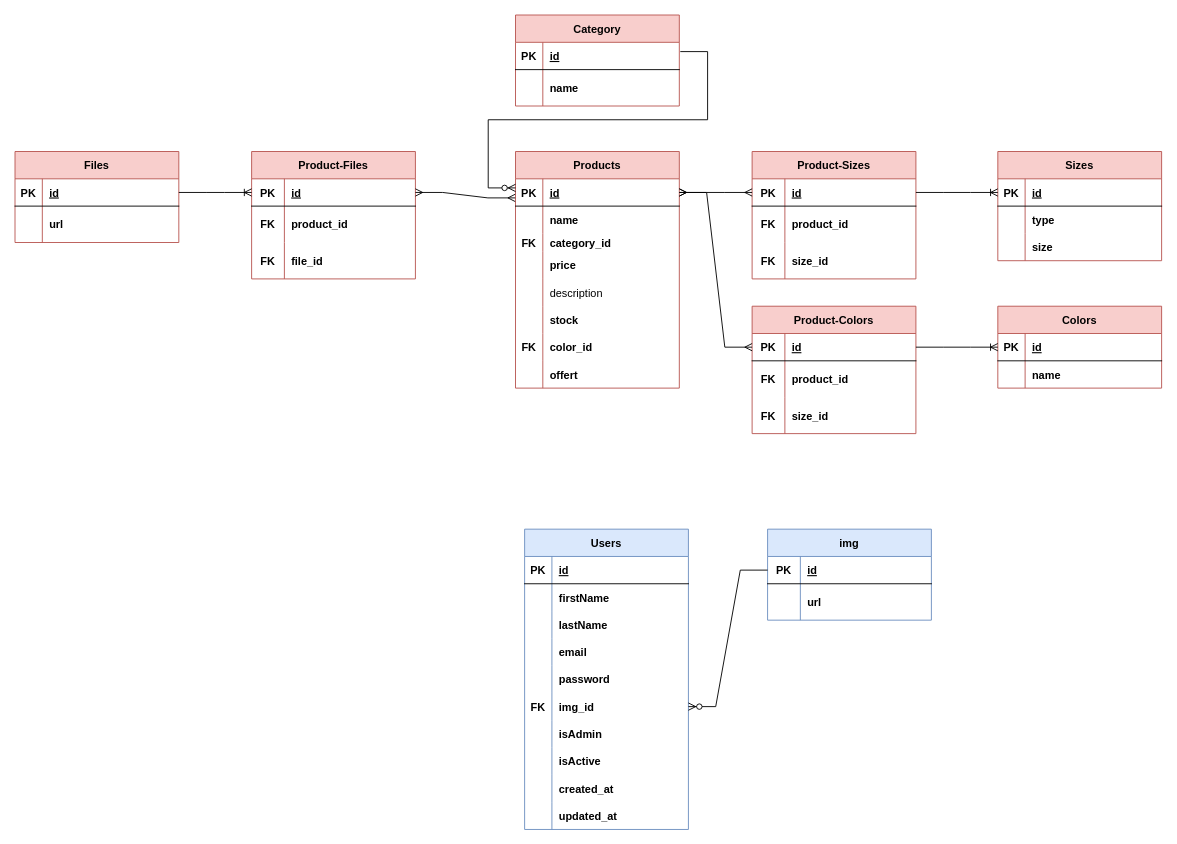
manuel-25/Lexaeus keeps this draw.io diagram as public/Lexaeus-database.drawio. Above is the earlier version. Source tidied: cells renumbered, new cells numbered last; positions are measured from the earlier drawing's top-left corner, leaving out a move shared by most shapes. Both pictures are drawn from the tidied source at 91%, with x=0, y=0 at pixel (15, 15).
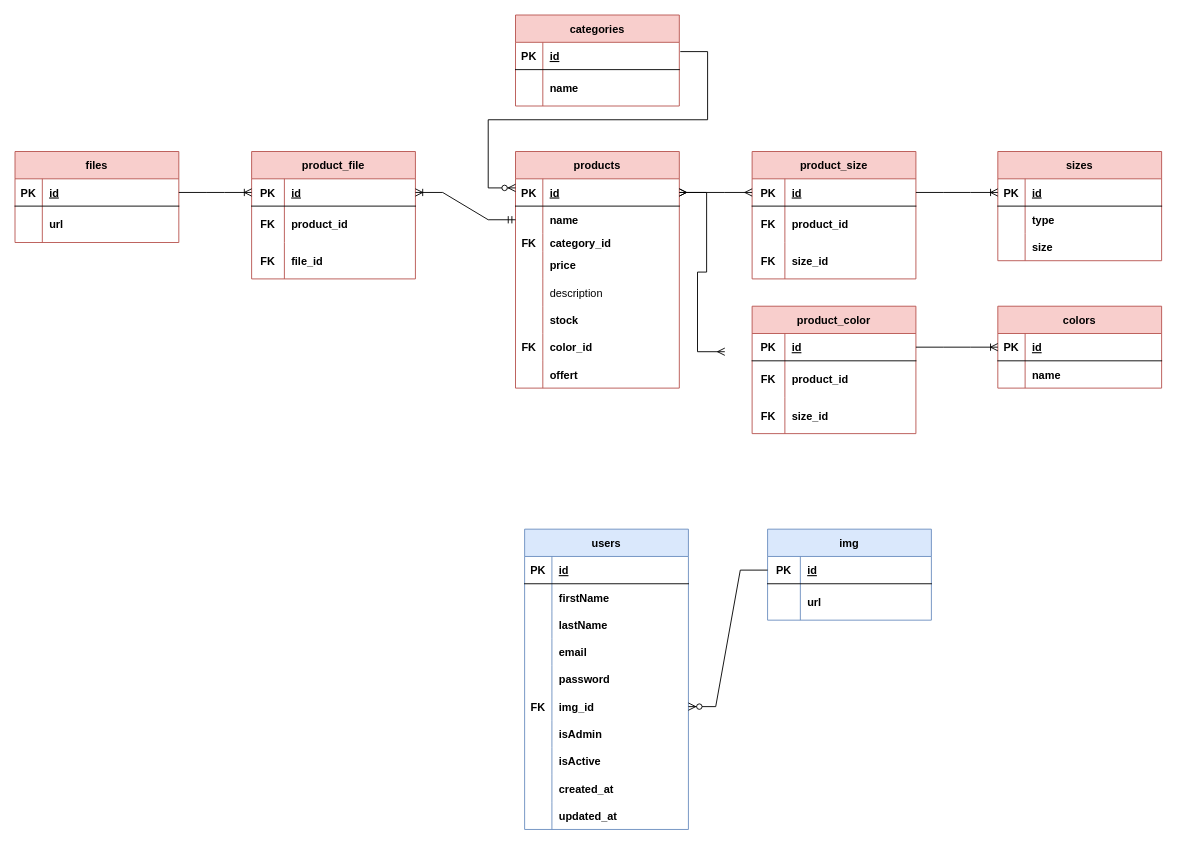
After the change.

Unchanged cells that the change refers to:
```xml
<mxCell id="3" style="shape=tableRow;horizontal=0;startSize=0;swimlaneHead=0;swimlaneBody=0;fillColor=none;points=[[0,0.5],[1,0.5]];portConstraint=eastwest;top=0;left=0;right=0;bottom=1;" parent="2" vertex="1">
  <mxGeometry y="30" width="180" height="30" as="geometry" />
</mxCell>
<mxCell id="6" style="shape=tableRow;horizontal=0;startSize=0;swimlaneHead=0;swimlaneBody=0;fillColor=none;points=[[0,0.5],[1,0.5]];portConstraint=eastwest;top=0;left=0;right=0;bottom=0;" parent="2" vertex="1">
  <mxGeometry y="60" width="180" height="30" as="geometry" />
</mxCell>
<mxCell id="73" style="shape=tableRow;horizontal=0;startSize=0;swimlaneHead=0;swimlaneBody=0;fillColor=none;points=[[0,0.5],[1,0.5]];portConstraint=eastwest;top=0;left=0;right=0;bottom=1;labelBorderColor=default;" parent="72" vertex="1">
  <mxGeometry y="30" width="180" height="30" as="geometry" />
</mxCell>
<mxCell id="114" style="shape=tableRow;horizontal=0;startSize=0;swimlaneHead=0;swimlaneBody=0;fillColor=none;points=[[0,0.5],[1,0.5]];portConstraint=eastwest;top=0;left=0;right=0;bottom=1;labelBorderColor=default;" parent="113" vertex="1">
  <mxGeometry y="30" width="180" height="30" as="geometry" />
</mxCell>
```

Change to the diagram source:
```diff
@@
-    <mxCell id="2" value="Products" style="shape=table;startSize=30;childLayout=tableLayout;rowLines=0;fontStyle=1;align=center;labelBackgroundColor=none;labelBorderColor=none;fillColor=#f8cecc;strokeColor=#b85450;" parent="1" vertex="1">
+    <mxCell id="2" value="products" style="shape=table;startSize=30;childLayout=tableLayout;rowLines=0;fontStyle=1;align=center;labelBackgroundColor=none;labelBorderColor=none;fillColor=#f8cecc;strokeColor=#b85450;" parent="1" vertex="1">
       <mxGeometry x="550" y="150" width="180" height="260" as="geometry" />
     </mxCell>
@@
-    <mxCell id="27" value="Users" style="shape=table;startSize=30;childLayout=tableLayout;rowLines=0;fontStyle=1;align=center;fillColor=#dae8fc;strokeColor=#6c8ebf;" parent="1" vertex="1">
+    <mxCell id="27" value="users" style="shape=table;startSize=30;childLayout=tableLayout;rowLines=0;fontStyle=1;align=center;fillColor=#dae8fc;strokeColor=#6c8ebf;" parent="1" vertex="1">
       <mxGeometry x="560" y="565" width="180" height="330" as="geometry" />
     </mxCell>
@@
-    <mxCell id="58" value="Files" style="shape=table;startSize=30;childLayout=tableLayout;rowLines=0;fontStyle=1;align=center;labelBorderColor=none;verticalAlign=middle;fillColor=#f8cecc;strokeColor=#b85450;" parent="1" vertex="1">
+    <mxCell id="58" value="files" style="shape=table;startSize=30;childLayout=tableLayout;rowLines=0;fontStyle=1;align=center;labelBorderColor=none;verticalAlign=middle;fillColor=#f8cecc;strokeColor=#b85450;" parent="1" vertex="1">
       <mxGeometry y="150" width="180" height="100" as="geometry" />
     </mxCell>
@@
-    <mxCell id="65" value="Category" style="shape=table;startSize=30;childLayout=tableLayout;rowLines=0;fontStyle=1;align=center;labelBorderColor=none;verticalAlign=middle;fillColor=#f8cecc;strokeColor=#b85450;" parent="1" vertex="1">
+    <mxCell id="65" value="categories" style="shape=table;startSize=30;childLayout=tableLayout;rowLines=0;fontStyle=1;align=center;labelBorderColor=none;verticalAlign=middle;fillColor=#f8cecc;strokeColor=#b85450;" parent="1" vertex="1">
       <mxGeometry x="550" width="180" height="100" as="geometry" />
     </mxCell>
@@
-    <mxCell id="72" value="Product-Files" style="shape=table;startSize=30;childLayout=tableLayout;rowLines=0;fontStyle=1;align=center;labelBorderColor=none;verticalAlign=middle;fillColor=#f8cecc;strokeColor=#b85450;" parent="1" vertex="1">
+    <mxCell id="72" value="product_file" style="shape=table;startSize=30;childLayout=tableLayout;rowLines=0;fontStyle=1;align=center;labelBorderColor=none;verticalAlign=middle;fillColor=#f8cecc;strokeColor=#b85450;" parent="1" vertex="1">
       <mxGeometry x="260" y="150" width="180" height="140" as="geometry" />
     </mxCell>
@@
-    <mxCell id="82" value="Sizes" style="shape=table;startSize=30;childLayout=tableLayout;rowLines=0;fontStyle=1;align=center;labelBorderColor=none;fillColor=#f8cecc;strokeColor=#b85450;" parent="1" vertex="1">
+    <mxCell id="82" value="sizes" style="shape=table;startSize=30;childLayout=tableLayout;rowLines=0;fontStyle=1;align=center;labelBorderColor=none;fillColor=#f8cecc;strokeColor=#b85450;" parent="1" vertex="1">
       <mxGeometry x="1080" y="150" width="180" height="120" as="geometry" />
     </mxCell>
@@
-    <mxCell id="92" value="Product-Sizes" style="shape=table;startSize=30;childLayout=tableLayout;rowLines=0;fontStyle=1;align=center;labelBorderColor=none;verticalAlign=middle;fillColor=#f8cecc;strokeColor=#b85450;" parent="1" vertex="1">
+    <mxCell id="92" value="product_size" style="shape=table;startSize=30;childLayout=tableLayout;rowLines=0;fontStyle=1;align=center;labelBorderColor=none;verticalAlign=middle;fillColor=#f8cecc;strokeColor=#b85450;" parent="1" vertex="1">
       <mxGeometry x="810" y="150" width="180" height="140" as="geometry" />
     </mxCell>
@@
-    <mxCell id="104" style="edgeStyle=entityRelationEdgeStyle;fontSize=12;html=1;endArrow=ERmany;startArrow=ERmany;rounded=0;exitX=1;exitY=0.5;exitDx=0;exitDy=0;entryX=-0.002;entryY=0.699;entryDx=0;entryDy=0;entryPerimeter=0;" parent="1" edge="1" source="73" target="3">
-      <mxGeometry relative="1" as="geometry" />
-    </mxCell>
@@
-    <mxCell id="113" value="Product-Colors" style="shape=table;startSize=30;childLayout=tableLayout;rowLines=0;fontStyle=1;align=center;labelBorderColor=none;verticalAlign=middle;fillColor=#f8cecc;strokeColor=#b85450;" parent="1" vertex="1">
+    <mxCell id="113" value="product_color" style="shape=table;startSize=30;childLayout=tableLayout;rowLines=0;fontStyle=1;align=center;labelBorderColor=none;verticalAlign=middle;fillColor=#f8cecc;strokeColor=#b85450;" parent="1" vertex="1">
       <mxGeometry x="810" y="320" width="180" height="140" as="geometry" />
     </mxCell>
@@
-    <mxCell id="123" value="Colors" style="shape=table;startSize=30;childLayout=tableLayout;rowLines=0;fontStyle=1;align=center;labelBorderColor=none;fillColor=#f8cecc;strokeColor=#b85450;" parent="1" vertex="1">
+    <mxCell id="123" value="colors" style="shape=table;startSize=30;childLayout=tableLayout;rowLines=0;fontStyle=1;align=center;labelBorderColor=none;fillColor=#f8cecc;strokeColor=#b85450;" parent="1" vertex="1">
       <mxGeometry x="1080" y="320" width="180" height="90" as="geometry" />
     </mxCell>
@@
-    <mxCell id="130" style="edgeStyle=entityRelationEdgeStyle;fontSize=12;html=1;endArrow=ERmany;startArrow=ERmany;rounded=0;entryX=0;entryY=0.5;entryDx=0;entryDy=0;exitX=1;exitY=0.5;exitDx=0;exitDy=0;" parent="1" edge="1" source="3" target="114">
-      <mxGeometry relative="1" as="geometry" />
+    <mxCell id="130" style="edgeStyle=entityRelationEdgeStyle;fontSize=12;html=1;endArrow=ERmany;startArrow=ERmany;rounded=0;exitX=1;exitY=0.5;exitDx=0;exitDy=0;" parent="1" edge="1" source="3">
+      <mxGeometry relative="1" as="geometry">
+        <mxPoint x="780" y="370" as="targetPoint" />
+      </mxGeometry>
     </mxCell>
@@
+    <mxCell id="134" style="edgeStyle=entityRelationEdgeStyle;fontSize=12;html=1;endArrow=ERoneToMany;startArrow=ERmandOne;rounded=0;entryX=1;entryY=0.5;entryDx=0;entryDy=0;exitX=0;exitY=0.5;exitDx=0;exitDy=0;" parent="1" edge="1" source="6" target="73">
+      <mxGeometry relative="1" as="geometry" />
+    </mxCell>
```
